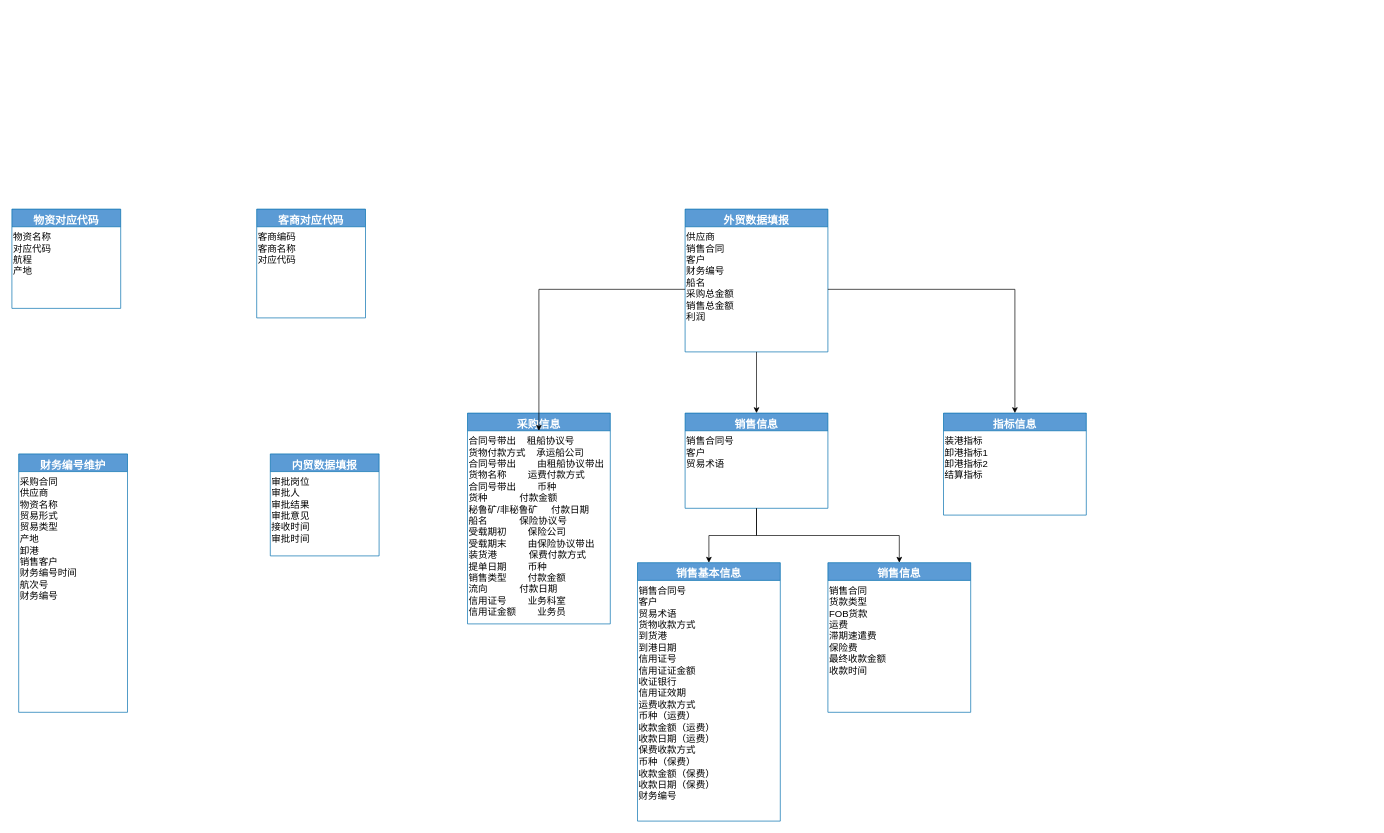
vk567/vk567 keeps this draw.io diagram as page "填报" (3 of 22) of 未命名绘图.drawio. Above is the earlier version. Source tidied: cells renumbered, new cells numbered last; positions are measured from the earlier drawing's top-left corner, leaving out a move shared by most shapes. Both pictures are drawn from the tidied source at 68%, with x=0, y=0 at pixel (12, 209).
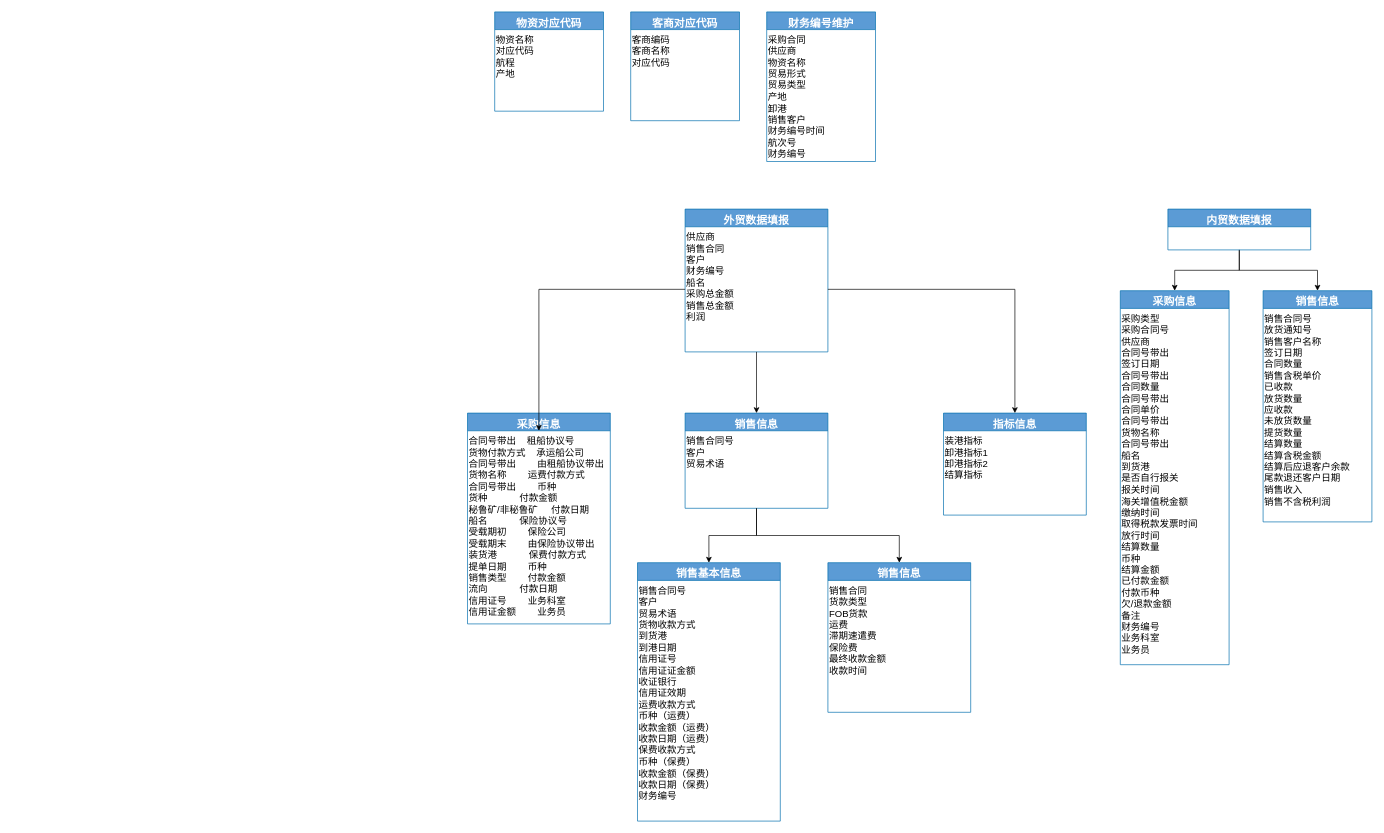
After the change.

What changed in the source:
```diff
@@
     <mxCell id="2" value="物资对应代码" style="swimlane;fontStyle=1;align=center;verticalAlign=top;horizontal=1;startSize=26;rounded=0;shadow=0;strokeWidth=1;fillColor=#5B9BD5;fontColor=#ffffff;strokeColor=#006EAF;fillStyle=solid;fontSize=16;" parent="1" vertex="1">
-      <mxGeometry width="160" height="146" as="geometry" />
+      <mxGeometry x="710" y="-290" width="160" height="146" as="geometry" />
     </mxCell>
@@
     <mxCell id="4" value="财务编号维护&#10;" style="swimlane;fontStyle=1;align=center;verticalAlign=top;horizontal=1;startSize=26;rounded=0;shadow=0;strokeWidth=1;fillColor=#5B9BD5;fontColor=#ffffff;strokeColor=#006EAF;fillStyle=solid;fontSize=16;" parent="1" vertex="1">
-      <mxGeometry x="10" y="360" width="160" height="380" as="geometry" />
+      <mxGeometry x="1110" y="-290" width="160" height="220" as="geometry" />
     </mxCell>
     <mxCell id="5" value="&lt;div&gt;采购合同&lt;/div&gt;&lt;div&gt;&lt;span style=&quot;font-size: 14px;&quot;&gt;供应商&lt;/span&gt;&lt;/div&gt;&lt;div&gt;&lt;span style=&quot;font-size: 14px;&quot;&gt;物资名称&lt;/span&gt;&lt;/div&gt;&lt;div&gt;&lt;span style=&quot;font-size: 14px;&quot;&gt;贸易形式&lt;/span&gt;&lt;/div&gt;&lt;div&gt;&lt;span style=&quot;font-size: 14px;&quot;&gt;贸易类型&lt;/span&gt;&lt;/div&gt;&lt;div&gt;&lt;span style=&quot;font-size: 14px;&quot;&gt;产地&lt;/span&gt;&lt;/div&gt;&lt;div&gt;&lt;span style=&quot;font-size: 14px;&quot;&gt;卸港&lt;/span&gt;&lt;/div&gt;&lt;div&gt;&lt;span style=&quot;font-size: 14px;&quot;&gt;销售客户&lt;/span&gt;&lt;/div&gt;&lt;div&gt;&lt;span style=&quot;font-size: 14px;&quot;&gt;财务编号时间&lt;/span&gt;&lt;/div&gt;&lt;div&gt;&lt;span style=&quot;font-size: 14px;&quot;&gt;航次号&lt;/span&gt;&lt;/div&gt;&lt;div&gt;&lt;span style=&quot;font-size: 14px;&quot;&gt;财务编号&lt;/span&gt;&lt;/div&gt;&lt;div&gt;&lt;br&gt;&lt;/div&gt;" style="text;whiteSpace=wrap;html=1;fontSize=14;" parent="4" vertex="1">
-      <mxGeometry y="26" width="160" height="354" as="geometry" />
+      <mxGeometry y="26" width="160" height="194" as="geometry" />
     </mxCell>
     <mxCell id="6" value="客商对应代码" style="swimlane;fontStyle=1;align=center;verticalAlign=top;horizontal=1;startSize=26;rounded=0;shadow=0;strokeWidth=1;fillColor=#5B9BD5;fontColor=#ffffff;strokeColor=#006EAF;fillStyle=solid;fontSize=16;" parent="1" vertex="1">
-      <mxGeometry x="360" width="160" height="160" as="geometry" />
+      <mxGeometry x="910" y="-290" width="160" height="160" as="geometry" />
     </mxCell>
@@
-    <mxCell id="10" value="内贸数据填报&#10;" style="swimlane;fontStyle=1;align=center;verticalAlign=top;horizontal=1;startSize=26;rounded=0;shadow=0;strokeWidth=1;fillColor=#5B9BD5;fontColor=#ffffff;strokeColor=#006EAF;fillStyle=solid;fontSize=16;" parent="1" vertex="1">
-      <mxGeometry x="380" y="360" width="160" height="150" as="geometry" />
+    <mxCell id="10" value="采购信息" style="swimlane;fontStyle=1;align=center;verticalAlign=top;horizontal=1;startSize=26;rounded=0;shadow=0;strokeWidth=1;fillColor=#5B9BD5;fontColor=#ffffff;strokeColor=#006EAF;fillStyle=solid;fontSize=16;" parent="1" vertex="1">
+      <mxGeometry x="1630" y="120" width="160" height="550" as="geometry" />
     </mxCell>
-    <mxCell id="11" value="&lt;div&gt;审批岗位&lt;/div&gt;&lt;div&gt;&lt;span style=&quot;font-size: 14px;&quot;&gt;审批人&lt;/span&gt;&lt;/div&gt;&lt;div&gt;&lt;span style=&quot;font-size: 14px;&quot;&gt;审批结果&lt;/span&gt;&lt;/div&gt;&lt;div&gt;&lt;span style=&quot;font-size: 14px;&quot;&gt;审批意见&lt;/span&gt;&lt;/div&gt;&lt;div&gt;&lt;span style=&quot;font-size: 14px;&quot;&gt;接收时间&lt;/span&gt;&lt;/div&gt;&lt;div&gt;&lt;span style=&quot;font-size: 14px;&quot;&gt;审批时间&lt;/span&gt;&lt;/div&gt;" style="text;whiteSpace=wrap;html=1;fontSize=14;" parent="10" vertex="1">
-      <mxGeometry y="26" width="160" height="114" as="geometry" />
+    <mxCell id="11" value="&lt;div&gt;采购类型&lt;/div&gt;&lt;div&gt;&lt;span style=&quot;font-size: 14px;&quot;&gt;采购合同号&lt;/span&gt;&lt;/div&gt;&lt;div&gt;&lt;span style=&quot;font-size: 14px;&quot;&gt;供应商&lt;/span&gt;&lt;/div&gt;&lt;div&gt;&lt;span style=&quot;font-size: 14px;&quot;&gt;合同号带出&lt;/span&gt;&lt;/div&gt;&lt;div&gt;&lt;span style=&quot;font-size: 14px;&quot;&gt;签订日期&lt;/span&gt;&lt;/div&gt;&lt;div&gt;&lt;span style=&quot;font-size: 14px;&quot;&gt;合同号带出&lt;/span&gt;&lt;/div&gt;&lt;div&gt;&lt;span style=&quot;font-size: 14px;&quot;&gt;合同数量&lt;/span&gt;&lt;/div&gt;&lt;div&gt;&lt;span style=&quot;font-size: 14px;&quot;&gt;合同号带出&lt;/span&gt;&lt;/div&gt;&lt;div&gt;&lt;span style=&quot;font-size: 14px;&quot;&gt;合同单价&lt;/span&gt;&lt;/div&gt;&lt;div&gt;&lt;span style=&quot;font-size: 14px;&quot;&gt;合同号带出&lt;/span&gt;&lt;/div&gt;&lt;div&gt;&lt;span style=&quot;font-size: 14px;&quot;&gt;货物名称&lt;/span&gt;&lt;/div&gt;&lt;div&gt;&lt;span style=&quot;font-size: 14px;&quot;&gt;合同号带出&lt;/span&gt;&lt;/div&gt;&lt;div&gt;&lt;span style=&quot;font-size: 14px;&quot;&gt;船名&lt;/span&gt;&lt;/div&gt;&lt;div&gt;&lt;span style=&quot;font-size: 14px;&quot;&gt;到货港&lt;/span&gt;&lt;/div&gt;&lt;div&gt;&lt;span style=&quot;font-size: 14px;&quot;&gt;是否自行报关&lt;/span&gt;&lt;/div&gt;&lt;div&gt;&lt;span style=&quot;font-size: 14px;&quot;&gt;报关时间&lt;/span&gt;&lt;/div&gt;&lt;div&gt;&lt;span style=&quot;font-size: 14px;&quot;&gt;海关增值税金额&lt;/span&gt;&lt;/div&gt;&lt;div&gt;&lt;span style=&quot;font-size: 14px;&quot;&gt;缴纳时间&lt;/span&gt;&lt;/div&gt;&lt;div&gt;&lt;span style=&quot;font-size: 14px;&quot;&gt;取得税款发票时间&lt;/span&gt;&lt;/div&gt;&lt;div&gt;&lt;span style=&quot;font-size: 14px;&quot;&gt;放行时间&lt;/span&gt;&lt;/div&gt;&lt;div&gt;&lt;span style=&quot;font-size: 14px;&quot;&gt;结算数量&lt;/span&gt;&lt;/div&gt;&lt;div&gt;&lt;span style=&quot;font-size: 14px;&quot;&gt;币种&lt;/span&gt;&lt;/div&gt;&lt;div&gt;&lt;span style=&quot;font-size: 14px;&quot;&gt;结算金额&lt;/span&gt;&lt;/div&gt;&lt;div&gt;&lt;span style=&quot;font-size: 14px;&quot;&gt;已付款金额&lt;/span&gt;&lt;/div&gt;&lt;div&gt;&lt;span style=&quot;font-size: 14px;&quot;&gt;付款币种&lt;/span&gt;&lt;/div&gt;&lt;div&gt;&lt;span style=&quot;font-size: 14px;&quot;&gt;欠/退款金额&lt;/span&gt;&lt;/div&gt;&lt;div&gt;&lt;span style=&quot;font-size: 14px;&quot;&gt;备注&lt;/span&gt;&lt;/div&gt;&lt;div&gt;&lt;span style=&quot;font-size: 14px;&quot;&gt;财务编号&lt;/span&gt;&lt;/div&gt;&lt;div&gt;&lt;span style=&quot;font-size: 14px;&quot;&gt;业务科室&lt;/span&gt;&lt;/div&gt;&lt;div&gt;&lt;span style=&quot;font-size: 14px;&quot;&gt;业务员&lt;/span&gt;&lt;/div&gt;" style="text;whiteSpace=wrap;html=1;fontSize=14;" parent="10" vertex="1">
+      <mxGeometry y="26" width="160" height="524" as="geometry" />
     </mxCell>
@@
+    <mxCell id="27" value="销售信息" style="swimlane;fontStyle=1;align=center;verticalAlign=top;horizontal=1;startSize=26;rounded=0;shadow=0;strokeWidth=1;fillColor=#5B9BD5;fontColor=#ffffff;strokeColor=#006EAF;fillStyle=solid;fontSize=16;" parent="1" vertex="1">
+      <mxGeometry x="1840" y="120" width="160" height="340" as="geometry" />
+    </mxCell>
+    <mxCell id="28" value="&lt;div&gt;销售合同号&lt;/div&gt;&lt;div&gt;&lt;span style=&quot;font-size: 14px;&quot;&gt;放货通知号&lt;/span&gt;&lt;/div&gt;&lt;div&gt;&lt;span style=&quot;font-size: 14px;&quot;&gt;销售客户名称&lt;/span&gt;&lt;/div&gt;&lt;div&gt;&lt;span style=&quot;font-size: 14px;&quot;&gt;签订日期&lt;/span&gt;&lt;/div&gt;&lt;div&gt;&lt;span style=&quot;font-size: 14px;&quot;&gt;合同数量&lt;/span&gt;&lt;/div&gt;&lt;div&gt;&lt;span style=&quot;font-size: 14px;&quot;&gt;销售含税单价&lt;/span&gt;&lt;/div&gt;&lt;div&gt;&lt;span style=&quot;font-size: 14px;&quot;&gt;已收款&lt;/span&gt;&lt;/div&gt;&lt;div&gt;&lt;span style=&quot;font-size: 14px;&quot;&gt;放货数量&lt;/span&gt;&lt;/div&gt;&lt;div&gt;&lt;span style=&quot;font-size: 14px;&quot;&gt;应收款&lt;/span&gt;&lt;/div&gt;&lt;div&gt;&lt;span style=&quot;font-size: 14px;&quot;&gt;未放货数量&lt;/span&gt;&lt;/div&gt;&lt;div&gt;&lt;span style=&quot;font-size: 14px;&quot;&gt;提货数量&lt;/span&gt;&lt;/div&gt;&lt;div&gt;&lt;span style=&quot;font-size: 14px;&quot;&gt;结算数量&lt;/span&gt;&lt;/div&gt;&lt;div&gt;&lt;span style=&quot;font-size: 14px;&quot;&gt;结算含税金额&lt;/span&gt;&lt;/div&gt;&lt;div&gt;&lt;span style=&quot;font-size: 14px;&quot;&gt;结算后应退客户余款&lt;/span&gt;&lt;/div&gt;&lt;div&gt;&lt;span style=&quot;font-size: 14px;&quot;&gt;尾款退还客户日期&lt;/span&gt;&lt;/div&gt;&lt;div&gt;&lt;span style=&quot;font-size: 14px;&quot;&gt;销售收入&lt;/span&gt;&lt;/div&gt;&lt;div&gt;&lt;span style=&quot;font-size: 14px;&quot;&gt;销售不含税利润&lt;/span&gt;&lt;/div&gt;" style="text;whiteSpace=wrap;html=1;fontSize=14;" parent="27" vertex="1">
+      <mxGeometry y="26" width="160" height="314" as="geometry" />
+    </mxCell>
+    <mxCell id="29" style="edgeStyle=orthogonalEdgeStyle;rounded=0;jettySize=auto;html=1;" parent="1" edge="1" source="31" target="10">
+      <mxGeometry relative="1" as="geometry" />
+    </mxCell>
+    <mxCell id="30" style="edgeStyle=orthogonalEdgeStyle;rounded=0;jettySize=auto;html=1;entryX=0.5;entryY=0;entryDx=0;entryDy=0;" parent="1" edge="1" source="31" target="27">
+      <mxGeometry relative="1" as="geometry" />
+    </mxCell>
+    <mxCell id="31" value="内贸数据填报" style="swimlane;fontStyle=1;align=center;verticalAlign=top;horizontal=1;startSize=26;rounded=0;shadow=0;strokeWidth=1;fillColor=#5B9BD5;fontColor=#ffffff;strokeColor=#006EAF;fillStyle=solid;fontSize=16;" parent="1" vertex="1">
+      <mxGeometry x="1700" width="210" height="60" as="geometry" />
+    </mxCell>
```
